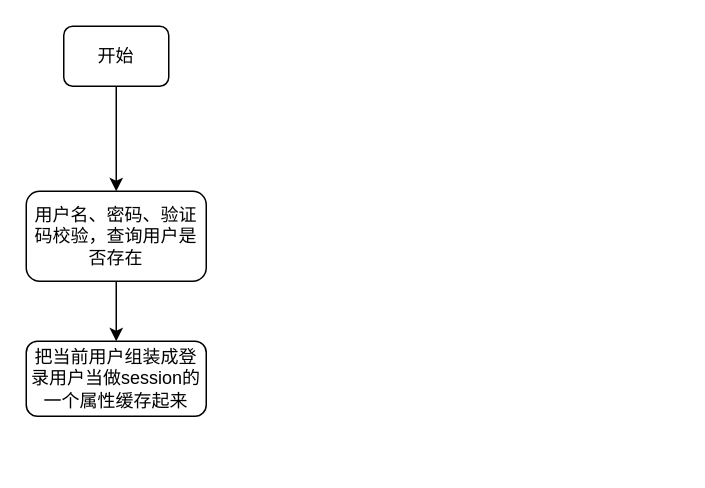
Earlier version of the draw.io diagram zk-login.drawio (meijinwu/flow-chart). Source tidied: cells renumbered, new cells numbered last; positions are measured from the earlier drawing's top-left corner, leaving out a move shared by most shapes. Both pictures are drawn from the tidied source at 150%, with x=0, y=0 at pixel (26, 26).
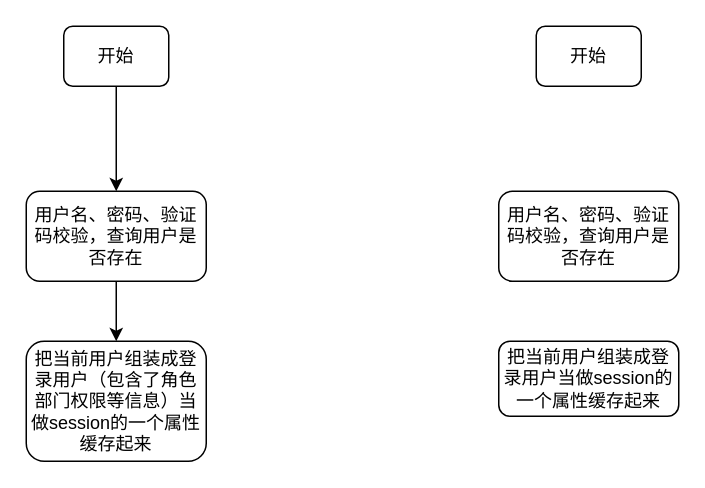
Above is the later version.

Diff of the diagram source:
```diff
@@
 <mxGraphModel>
   <root>
     <mxCell id="0" />
     <mxCell id="1" parent="0" />
     <mxCell id="2" style="edgeStyle=orthogonalEdgeStyle;rounded=0;jettySize=auto;html=1;" parent="1" edge="1" source="3" target="5">
       <mxGeometry relative="1" as="geometry" />
     </mxCell>
     <mxCell id="3" value="开始" style="rounded=1;whiteSpace=wrap;html=1;" parent="1" vertex="1">
       <mxGeometry x="25" width="70" height="40" as="geometry" />
     </mxCell>
     <mxCell id="4" style="edgeStyle=orthogonalEdgeStyle;rounded=0;jettySize=auto;html=1;" parent="1" edge="1" source="5" target="6">
       <mxGeometry relative="1" as="geometry" />
     </mxCell>
     <mxCell id="5" value="用户名、密码、验证码校验，查询用户是否存在" style="whiteSpace=wrap;html=1;rounded=1;" parent="1" vertex="1">
       <mxGeometry y="110" width="120" height="60" as="geometry" />
     </mxCell>
-    <mxCell id="6" value="把当前用户组装成登录用户当做session的一个属性缓存起来" style="whiteSpace=wrap;html=1;rounded=1;" parent="1" vertex="1">
-      <mxGeometry y="210" width="120" height="50" as="geometry" />
+    <mxCell id="6" value="把当前用户组装成登录用户（包含了角色部门权限等信息）当做session的一个属性缓存起来" style="whiteSpace=wrap;html=1;rounded=1;" parent="1" vertex="1">
+      <mxGeometry y="210" width="120" height="80" as="geometry" />
     </mxCell>
+    <mxCell id="7" value="开始" style="rounded=1;whiteSpace=wrap;html=1;" parent="1" vertex="1">
+      <mxGeometry x="340" width="70" height="40" as="geometry" />
+    </mxCell>
+    <mxCell id="8" value="用户名、密码、验证码校验，查询用户是否存在" style="whiteSpace=wrap;html=1;rounded=1;" parent="1" vertex="1">
+      <mxGeometry x="315" y="110" width="120" height="60" as="geometry" />
+    </mxCell>
+    <mxCell id="9" value="把当前用户组装成登录用户当做session的一个属性缓存起来" style="whiteSpace=wrap;html=1;rounded=1;" parent="1" vertex="1">
+      <mxGeometry x="315" y="210" width="120" height="50" as="geometry" />
+    </mxCell>
   </root>
 </mxGraphModel>
```
